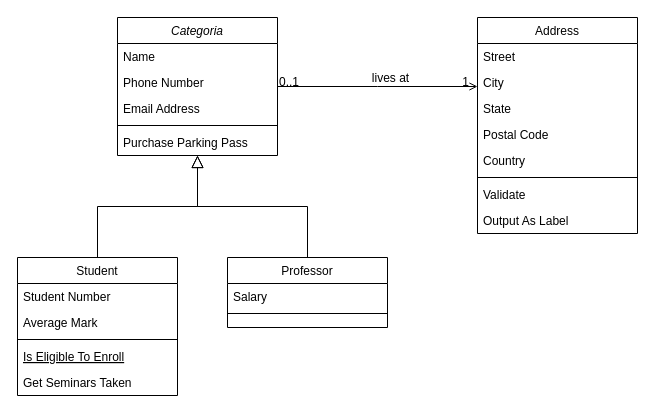
Above: Diagrama/inventario.drawio in ferleon82/Modelos_Grupo_3 (draw.io), before the change. Source tidied: cells renumbered, new cells numbered last; positions are measured from the earlier drawing's top-left corner, leaving out a move shared by most shapes. Both pictures are drawn from the tidied source at 100%, with x=0, y=0 at pixel (17, 17).
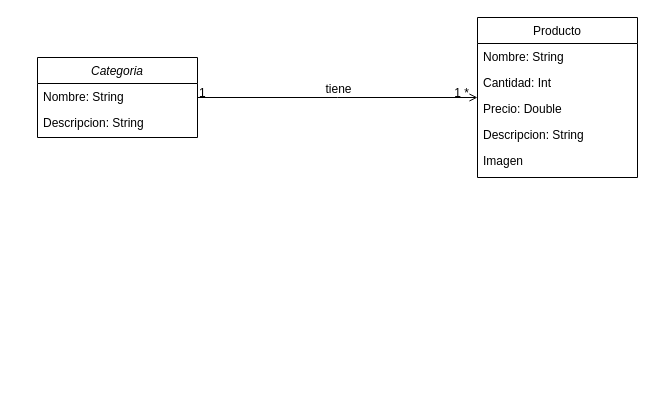
Above is the later version.

The change refers to these unchanged cells:
```xml
<mxCell id="28" style="endArrow=open;shadow=0;strokeWidth=1;rounded=0;endFill=1;edgeStyle=elbowEdgeStyle;elbow=vertical;" parent="1" edge="1" source="2" target="19">
  <mxGeometry x="0.5" y="41" relative="1" as="geometry">
    <mxPoint x="-40" y="32" as="offset" />
  </mxGeometry>
</mxCell>
```

The edit, as a diff of the source:
```diff
@@
     <mxCell id="2" value="Categoria" style="swimlane;fontStyle=2;align=center;verticalAlign=top;horizontal=1;startSize=26;rounded=0;shadow=0;strokeWidth=1;" parent="1" vertex="1">
-      <mxGeometry x="100" width="160" height="138" as="geometry" />
+      <mxGeometry x="20" y="40" width="160" height="80" as="geometry" />
     </mxCell>
-    <mxCell id="3" value="Name" style="text;align=left;verticalAlign=top;spacingLeft=4;spacingRight=4;overflow=hidden;" parent="2" vertex="1">
+    <mxCell id="3" value="Nombre: String" style="text;align=left;verticalAlign=top;spacingLeft=4;spacingRight=4;overflow=hidden;" parent="2" vertex="1">
       <mxGeometry y="26" width="160" height="26" as="geometry" />
     </mxCell>
-    <mxCell id="4" value="Phone Number" style="text;align=left;verticalAlign=top;spacingLeft=4;spacingRight=4;overflow=hidden;rounded=0;shadow=0;html=0;" parent="2" vertex="1">
+    <mxCell id="4" value="Descripcion: String" style="text;align=left;verticalAlign=top;spacingLeft=4;spacingRight=4;overflow=hidden;rounded=0;shadow=0;html=0;" parent="2" vertex="1">
       <mxGeometry y="52" width="160" height="26" as="geometry" />
     </mxCell>
-    <mxCell id="5" value="Email Address" style="text;align=left;verticalAlign=top;spacingLeft=4;spacingRight=4;overflow=hidden;rounded=0;shadow=0;html=0;" parent="2" vertex="1">
-      <mxGeometry y="78" width="160" height="26" as="geometry" />
-    </mxCell>
-    <mxCell id="6" style="line;html=1;strokeWidth=1;align=left;verticalAlign=middle;spacingTop=-1;spacingLeft=3;spacingRight=3;labelPosition=right;" parent="2" vertex="1">
-      <mxGeometry y="104" width="160" height="8" as="geometry" />
-    </mxCell>
-    <mxCell id="7" value="Purchase Parking Pass" style="text;align=left;verticalAlign=top;spacingLeft=4;spacingRight=4;overflow=hidden;" parent="2" vertex="1">
-      <mxGeometry y="112" width="160" height="26" as="geometry" />
-    </mxCell>
-    <mxCell id="8" value="Student" style="swimlane;fontStyle=0;align=center;verticalAlign=top;horizontal=1;startSize=26;rounded=0;shadow=0;strokeWidth=1;" parent="1" vertex="1">
-      <mxGeometry y="240" width="160" height="138" as="geometry" />
-    </mxCell>
-    <mxCell id="9" value="Student Number" style="text;align=left;verticalAlign=top;spacingLeft=4;spacingRight=4;overflow=hidden;" parent="8" vertex="1">
-      <mxGeometry y="26" width="160" height="26" as="geometry" />
-    </mxCell>
-    <mxCell id="10" value="Average Mark" style="text;align=left;verticalAlign=top;spacingLeft=4;spacingRight=4;overflow=hidden;rounded=0;shadow=0;html=0;" parent="8" vertex="1">
-      <mxGeometry y="52" width="160" height="26" as="geometry" />
-    </mxCell>
-    <mxCell id="11" style="line;html=1;strokeWidth=1;align=left;verticalAlign=middle;spacingTop=-1;spacingLeft=3;spacingRight=3;labelPosition=right;" parent="8" vertex="1">
-      <mxGeometry y="78" width="160" height="8" as="geometry" />
-    </mxCell>
-    <mxCell id="12" value="Is Eligible To Enroll" style="text;align=left;verticalAlign=top;spacingLeft=4;spacingRight=4;overflow=hidden;fontStyle=4;" parent="8" vertex="1">
-      <mxGeometry y="86" width="160" height="26" as="geometry" />
-    </mxCell>
-    <mxCell id="13" value="Get Seminars Taken" style="text;align=left;verticalAlign=top;spacingLeft=4;spacingRight=4;overflow=hidden;" parent="8" vertex="1">
-      <mxGeometry y="112" width="160" height="26" as="geometry" />
-    </mxCell>
-    <mxCell id="14" style="endArrow=block;endSize=10;endFill=0;shadow=0;strokeWidth=1;rounded=0;edgeStyle=elbowEdgeStyle;elbow=vertical;" parent="1" edge="1" source="8" target="2">
-      <mxGeometry relative="1" as="geometry" />
-    </mxCell>
-    <mxCell id="15" value="Professor" style="swimlane;fontStyle=0;align=center;verticalAlign=top;horizontal=1;startSize=26;rounded=0;shadow=0;strokeWidth=1;" parent="1" vertex="1">
-      <mxGeometry x="210" y="240" width="160" height="70" as="geometry" />
-    </mxCell>
-    <mxCell id="16" value="Salary" style="text;align=left;verticalAlign=top;spacingLeft=4;spacingRight=4;overflow=hidden;" parent="15" vertex="1">
-      <mxGeometry y="26" width="160" height="26" as="geometry" />
-    </mxCell>
-    <mxCell id="17" style="line;html=1;strokeWidth=1;align=left;verticalAlign=middle;spacingTop=-1;spacingLeft=3;spacingRight=3;labelPosition=right;" parent="15" vertex="1">
-      <mxGeometry y="52" width="160" height="8" as="geometry" />
-    </mxCell>
-    <mxCell id="18" style="endArrow=block;endSize=10;endFill=0;shadow=0;strokeWidth=1;rounded=0;edgeStyle=elbowEdgeStyle;elbow=vertical;" parent="1" edge="1" source="15" target="2">
-      <mxGeometry relative="1" as="geometry" />
-    </mxCell>
-    <mxCell id="19" value="Address" style="swimlane;fontStyle=0;align=center;verticalAlign=top;horizontal=1;startSize=26;rounded=0;shadow=0;strokeWidth=1;" parent="1" vertex="1">
-      <mxGeometry x="460" width="160" height="216" as="geometry" />
+    <mxCell id="19" value="Producto" style="swimlane;fontStyle=0;align=center;verticalAlign=top;horizontal=1;startSize=26;rounded=0;shadow=0;strokeWidth=1;" parent="1" vertex="1">
+      <mxGeometry x="460" width="160" height="160" as="geometry" />
     </mxCell>
-    <mxCell id="20" value="Street" style="text;align=left;verticalAlign=top;spacingLeft=4;spacingRight=4;overflow=hidden;" parent="19" vertex="1">
+    <mxCell id="20" value="Nombre: String        " style="text;align=left;verticalAlign=top;spacingLeft=4;spacingRight=4;overflow=hidden;" parent="19" vertex="1">
       <mxGeometry y="26" width="160" height="26" as="geometry" />
     </mxCell>
-    <mxCell id="21" value="City" style="text;align=left;verticalAlign=top;spacingLeft=4;spacingRight=4;overflow=hidden;rounded=0;shadow=0;html=0;" parent="19" vertex="1">
+    <mxCell id="21" value="Cantidad: Int" style="text;align=left;verticalAlign=top;spacingLeft=4;spacingRight=4;overflow=hidden;rounded=0;shadow=0;html=0;" parent="19" vertex="1">
       <mxGeometry y="52" width="160" height="26" as="geometry" />
     </mxCell>
-    <mxCell id="22" value="State" style="text;align=left;verticalAlign=top;spacingLeft=4;spacingRight=4;overflow=hidden;rounded=0;shadow=0;html=0;" parent="19" vertex="1">
+    <mxCell id="22" value="Precio: Double" style="text;align=left;verticalAlign=top;spacingLeft=4;spacingRight=4;overflow=hidden;rounded=0;shadow=0;html=0;" parent="19" vertex="1">
       <mxGeometry y="78" width="160" height="26" as="geometry" />
     </mxCell>
-    <mxCell id="23" value="Postal Code" style="text;align=left;verticalAlign=top;spacingLeft=4;spacingRight=4;overflow=hidden;rounded=0;shadow=0;html=0;" parent="19" vertex="1">
+    <mxCell id="23" value="Descripcion: String" style="text;align=left;verticalAlign=top;spacingLeft=4;spacingRight=4;overflow=hidden;rounded=0;shadow=0;html=0;" parent="19" vertex="1">
       <mxGeometry y="104" width="160" height="26" as="geometry" />
     </mxCell>
-    <mxCell id="24" value="Country" style="text;align=left;verticalAlign=top;spacingLeft=4;spacingRight=4;overflow=hidden;rounded=0;shadow=0;html=0;" parent="19" vertex="1">
+    <mxCell id="24" value="Imagen" style="text;align=left;verticalAlign=top;spacingLeft=4;spacingRight=4;overflow=hidden;rounded=0;shadow=0;html=0;" parent="19" vertex="1">
       <mxGeometry y="130" width="160" height="26" as="geometry" />
     </mxCell>
-    <mxCell id="25" style="line;html=1;strokeWidth=1;align=left;verticalAlign=middle;spacingTop=-1;spacingLeft=3;spacingRight=3;labelPosition=right;" parent="19" vertex="1">
-      <mxGeometry y="156" width="160" height="8" as="geometry" />
-    </mxCell>
-    <mxCell id="26" value="Validate" style="text;align=left;verticalAlign=top;spacingLeft=4;spacingRight=4;overflow=hidden;" parent="19" vertex="1">
-      <mxGeometry y="164" width="160" height="26" as="geometry" />
-    </mxCell>
-    <mxCell id="27" value="Output As Label" style="text;align=left;verticalAlign=top;spacingLeft=4;spacingRight=4;overflow=hidden;" parent="19" vertex="1">
-      <mxGeometry y="190" width="160" height="26" as="geometry" />
-    </mxCell>
@@
-    <mxCell id="29" value="0..1" style="align=left;verticalAlign=bottom;labelBackgroundColor=none;fontSize=12;" parent="28" vertex="1">
+    <mxCell id="29" value="1" style="align=left;verticalAlign=bottom;labelBackgroundColor=none;fontSize=12;" parent="28" vertex="1">
       <mxGeometry x="-1" relative="1" as="geometry">
         <mxPoint y="4" as="offset" />
       </mxGeometry>
     </mxCell>
-    <mxCell id="30" value="1" style="align=right;verticalAlign=bottom;labelBackgroundColor=none;fontSize=12;" parent="28" vertex="1">
+    <mxCell id="30" value="1 *" style="align=right;verticalAlign=bottom;labelBackgroundColor=none;fontSize=12;" parent="28" vertex="1">
       <mxGeometry x="1" relative="1" as="geometry">
         <mxPoint x="-7" y="4" as="offset" />
       </mxGeometry>
     </mxCell>
-    <mxCell id="31" value="lives at" style="text;html=1;align=center;verticalAlign=middle;labelBackgroundColor=none;rounded=0;shadow=0;strokeWidth=1;fontSize=12;" parent="28" vertex="1">
+    <mxCell id="31" value="tiene" style="text;html=1;align=center;verticalAlign=middle;labelBackgroundColor=none;rounded=0;shadow=0;strokeWidth=1;fontSize=12;" parent="28" vertex="1">
       <mxGeometry x="0.5" y="49" relative="1" as="geometry">
-        <mxPoint x="-38" y="40" as="offset" />
+        <mxPoint x="-70" y="40" as="offset" />
       </mxGeometry>
     </mxCell>
```
